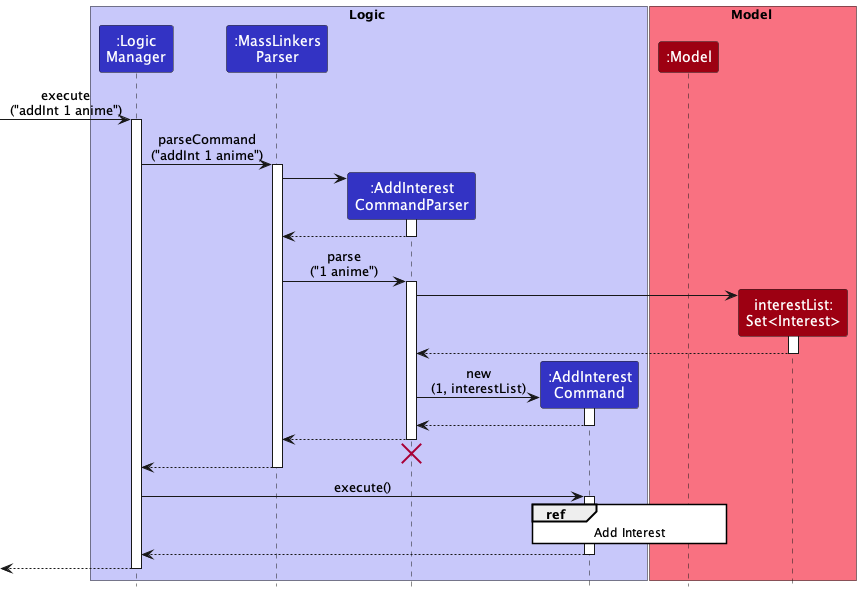
The PlantUML diagram docs/images/AddInterestSequenceDiagram.png in nus-cs2103-AY2223S1/tp, before a commit.
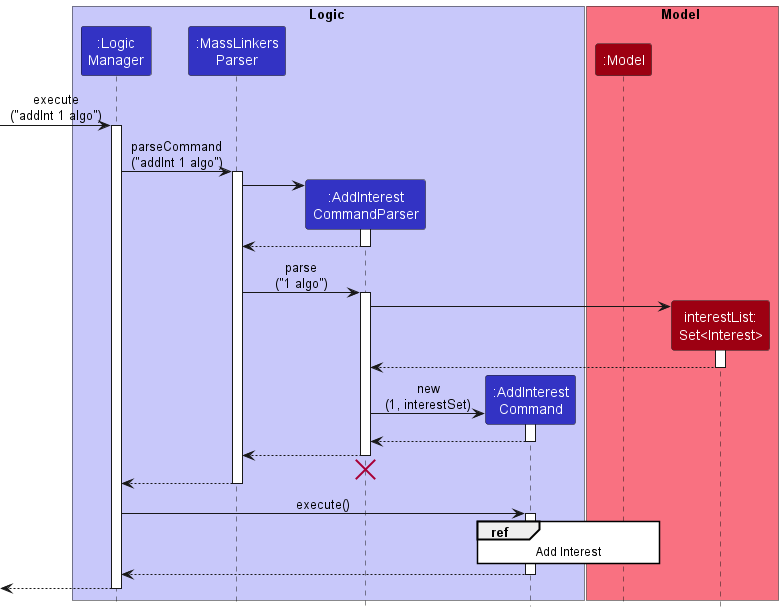
Above is the later version.

What changed in the source:
```diff
@@ -15,10 +15,10 @@
 
 end box
 
-[-> LogicManager : execute\n("addInt 1 anime")
+[-> LogicManager : execute\n("addInt 1 algo")
 activate LogicManager
 
-LogicManager -> MassLinkersParser : parseCommand\n("addInt 1 anime")
+LogicManager -> MassLinkersParser : parseCommand\n("addInt 1 algo")
 activate MassLinkersParser
 
 create AddInterestCommandParser
@@ -27,7 +27,7 @@
 AddInterestCommandParser --> MassLinkersParser
 deactivate AddInterestCommandParser
 
-MassLinkersParser -> AddInterestCommandParser : parse\n("1 anime")
+MassLinkersParser -> AddInterestCommandParser : parse\n("1 algo")
 activate AddInterestCommandParser
 create Interest
 AddInterestCommandParser -> Interest
@@ -37,7 +37,7 @@
 
 
 create AddInterestCommand
-AddInterestCommandParser -> AddInterestCommand: new\n(1, interestList)
+AddInterestCommandParser -> AddInterestCommand: new\n(1, interestSet)
 activate AddInterestCommand
 
 AddInterestCommand --> AddInterestCommandParser
```
